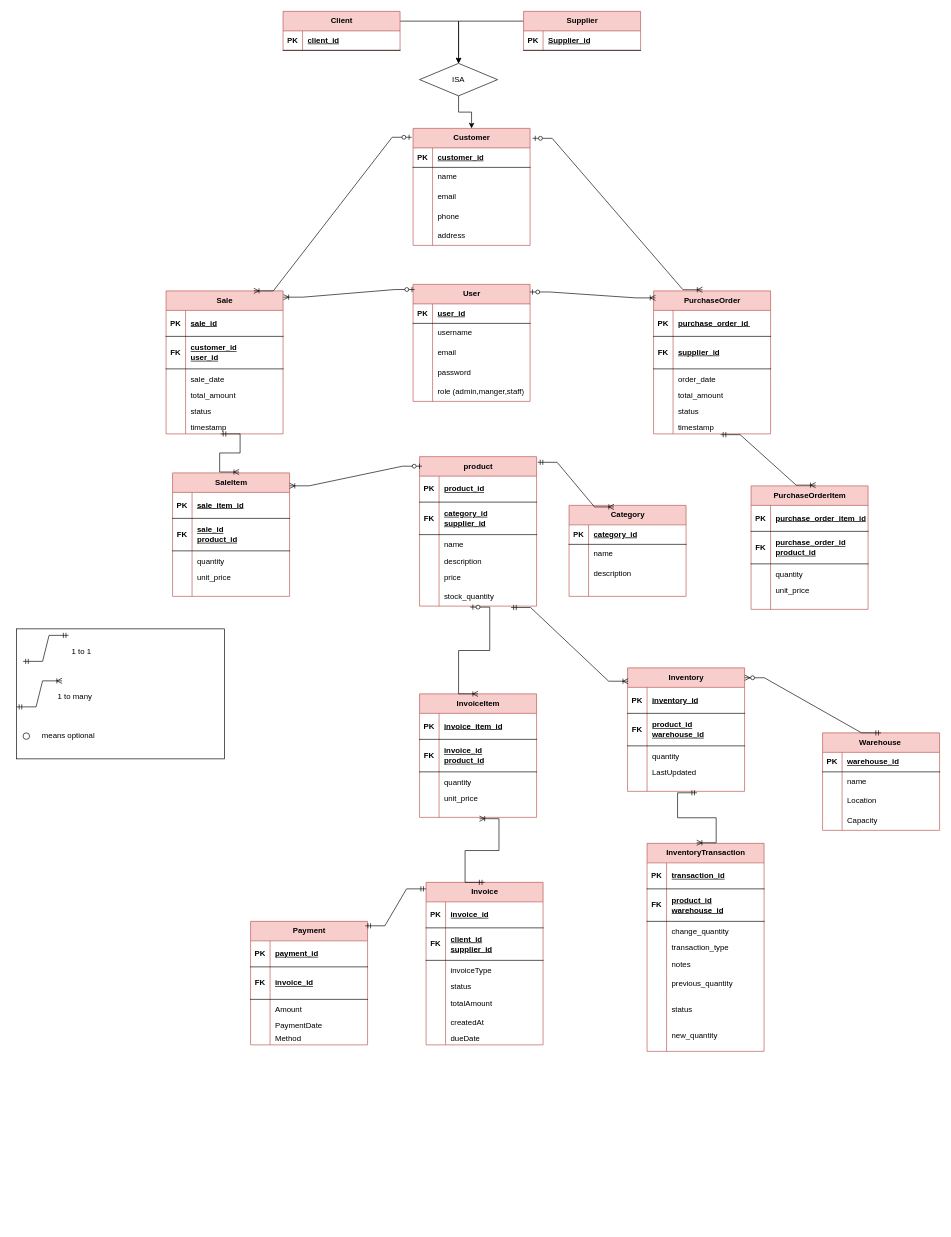
The draw.io diagram ERD/erp_erd.drawio in ERP-System-Project/ERP-System, before the edit. Source tidied: cells renumbered, new cells numbered last; positions are measured from the earlier drawing's top-left corner, leaving out a move shared by most shapes. Both pictures are drawn from the tidied source at 65%, with x=0, y=0 at pixel (-153, 11).
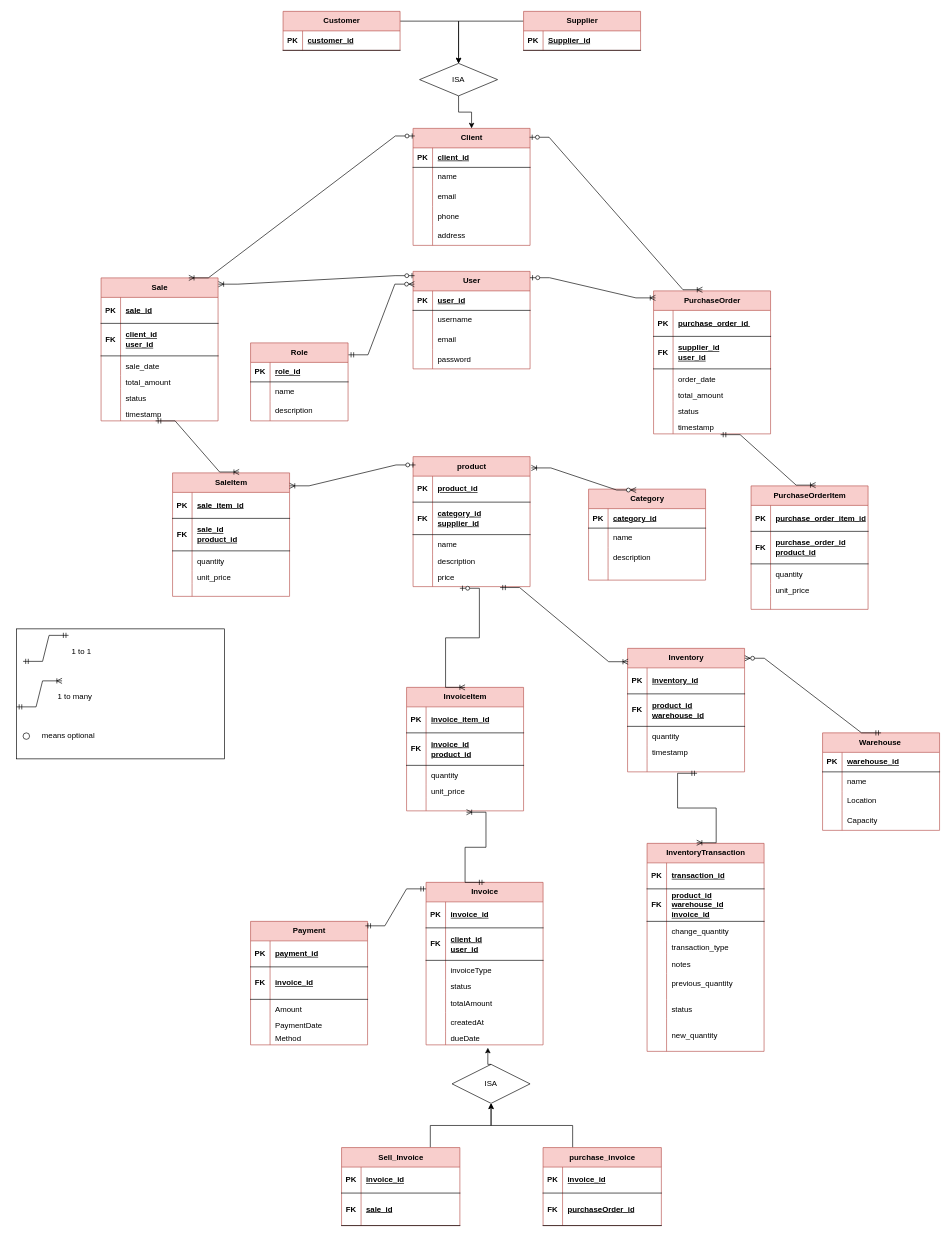
Above is the later version.

Commit message (it also covers changes not shown here):
Improve erd

The change refers to these unchanged cells:
```xml
<mxCell id="31" style="shape=tableRow;horizontal=0;startSize=0;swimlaneHead=0;swimlaneBody=0;fillColor=none;points=[[0,0.5],[1,0.5]];portConstraint=eastwest;top=0;left=0;right=0;bottom=0;" parent="18" vertex="1">
  <mxGeometry y="170" width="180" height="30" as="geometry" />
</mxCell>
<mxCell id="52" style="shape=tableRow;horizontal=0;startSize=0;swimlaneHead=0;swimlaneBody=0;fillColor=none;top=0;left=0;right=0;bottom=1;" parent="51" vertex="1">
  <mxGeometry y="30" width="180" height="30" as="geometry" />
</mxCell>
<mxCell id="55" value="&lt;strong&gt;PurchaseOrder&lt;/strong&gt;" style="shape=table;startSize=30;childLayout=tableLayout;rowLines=0;fontStyle=1;align=center;html=1;fillColor=#f8cecc;strokeColor=#b85450;" parent="1" vertex="1">
  <mxGeometry x="1240" y="430" width="180" height="220" as="geometry" />
</mxCell>
<mxCell id="59" style="shape=tableRow;horizontal=0;startSize=0;swimlaneHead=0;swimlaneBody=0;fillColor=none;top=0;left=0;right=0;bottom=1;" parent="55" vertex="1">
  <mxGeometry y="70" width="180" height="50" as="geometry" />
</mxCell>
<mxCell id="94" style="shape=tableRow;horizontal=0;startSize=0;swimlaneHead=0;swimlaneBody=0;fillColor=none;top=0;left=0;right=0;bottom=1;" parent="90" vertex="1">
  <mxGeometry y="70" width="180" height="50" as="geometry" />
</mxCell>
<mxCell id="129" style="shape=tableRow;horizontal=0;startSize=0;swimlaneHead=0;swimlaneBody=0;fillColor=none;top=0;left=0;right=0;bottom=1;" parent="125" vertex="1">
  <mxGeometry y="70" width="180" height="50" as="geometry" />
</mxCell>
<mxCell id="144" style="shape=tableRow;horizontal=0;startSize=0;swimlaneHead=0;swimlaneBody=0;fillColor=none;points=[[0,0.5],[1,0.5]];portConstraint=eastwest;top=0;left=0;right=0;bottom=0;" parent="125" vertex="1">
  <mxGeometry y="230" width="180" height="20" as="geometry" />
</mxCell>
<mxCell id="164" style="shape=tableRow;horizontal=0;startSize=0;swimlaneHead=0;swimlaneBody=0;fillColor=none;top=0;left=0;right=0;bottom=1;" parent="163" vertex="1">
  <mxGeometry y="30" width="180" height="30" as="geometry" />
</mxCell>
<mxCell id="217" style="shape=tableRow;horizontal=0;startSize=0;swimlaneHead=0;swimlaneBody=0;fillColor=none;top=0;left=0;right=0;bottom=0;" parent="207" vertex="1">
  <mxGeometry y="150" width="180" height="20" as="geometry" />
</mxCell>
<mxCell id="227" style="shape=tableRow;horizontal=0;startSize=0;swimlaneHead=0;swimlaneBody=0;fillColor=none;top=0;left=0;right=0;bottom=1;" parent="223" vertex="1">
  <mxGeometry y="70" width="180" height="50" as="geometry" />
</mxCell>
```

Diff of the diagram source:
```diff
@@
     <mxCell id="2" value="&lt;span&gt;User&lt;/span&gt;" style="shape=table;startSize=30;childLayout=tableLayout;rowLines=0;fontStyle=1;align=center;html=1;fillColor=#f8cecc;strokeColor=#b85450;" parent="1" vertex="1">
-      <mxGeometry x="870" y="420" width="180" height="180" as="geometry" />
+      <mxGeometry x="870" y="400" width="180" height="150" as="geometry" />
     </mxCell>
@@
-    <mxCell id="15" style="shape=tableRow;horizontal=0;startSize=0;swimlaneHead=0;swimlaneBody=0;fillColor=none;top=0;left=0;right=0;bottom=0;" parent="2" vertex="1">
-      <mxGeometry y="150" width="180" height="30" as="geometry" />
-    </mxCell>
-    <mxCell id="16" style="shape=partialRectangle;fillColor=none;top=0;left=0;bottom=0;right=0;overflow=hidden;whiteSpace=wrap;html=1;" parent="15" vertex="1">
-      <mxGeometry width="30" height="30" as="geometry" />
-    </mxCell>
-    <mxCell id="17" value="role (admin,manger,staff)" style="shape=partialRectangle;fillColor=none;top=0;left=0;bottom=0;right=0;align=left;spacingLeft=6;overflow=hidden;whiteSpace=wrap;html=1;" parent="15" vertex="1">
-      <mxGeometry x="30" width="150" height="30" as="geometry" />
-    </mxCell>
     <mxCell id="18" value="product" style="shape=table;startSize=30;childLayout=tableLayout;rowLines=0;fontStyle=1;align=center;html=1;fillColor=#f8cecc;strokeColor=#b85450;" parent="1" vertex="1">
-      <mxGeometry x="880" y="685" width="180" height="230" as="geometry" />
+      <mxGeometry x="870" y="685" width="180" height="200" as="geometry" />
     </mxCell>
@@
-    <mxCell id="34" style="shape=tableRow;horizontal=0;startSize=0;swimlaneHead=0;swimlaneBody=0;fillColor=none;points=[[0,0.5],[1,0.5]];portConstraint=eastwest;top=0;left=0;right=0;bottom=0;" parent="18" vertex="1">
-      <mxGeometry y="200" width="180" height="30" as="geometry" />
-    </mxCell>
-    <mxCell id="35" style="shape=partialRectangle;fillColor=none;top=0;left=0;bottom=0;right=0;overflow=hidden;" parent="34" vertex="1">
-      <mxGeometry width="30" height="30" as="geometry" />
-    </mxCell>
-    <mxCell id="36" value="stock_quantity" style="shape=partialRectangle;fillColor=none;top=0;left=0;bottom=0;right=0;align=left;spacingLeft=6;overflow=hidden;" parent="34" vertex="1">
-      <mxGeometry x="30" width="150" height="30" as="geometry" />
-    </mxCell>
     <mxCell id="37" value="Category" style="shape=table;startSize=30;childLayout=tableLayout;rowLines=0;fontStyle=1;align=center;html=1;fillColor=#f8cecc;strokeColor=#b85450;" parent="1" vertex="1">
-      <mxGeometry x="1110" y="760" width="180" height="140" as="geometry" />
+      <mxGeometry x="1140" y="735" width="180" height="140" as="geometry" />
     </mxCell>
@@
-    <mxCell id="51" value="Client" style="shape=table;startSize=30;childLayout=tableLayout;rowLines=0;fontStyle=1;align=center;html=1;fillColor=#f8cecc;strokeColor=#b85450;" parent="1" vertex="1">
+    <mxCell id="51" value="Customer" style="shape=table;startSize=30;childLayout=tableLayout;rowLines=0;fontStyle=1;align=center;html=1;fillColor=#f8cecc;strokeColor=#b85450;" parent="1" vertex="1">
       <mxGeometry x="670" width="180" height="60" as="geometry" />
     </mxCell>
@@
-    <mxCell id="54" value="client_id" style="shape=partialRectangle;fillColor=none;top=0;left=0;bottom=0;right=0;align=left;spacingLeft=6;fontStyle=5;overflow=hidden;whiteSpace=wrap;html=1;" parent="52" vertex="1">
+    <mxCell id="54" value="customer_id" style="shape=partialRectangle;fillColor=none;top=0;left=0;bottom=0;right=0;align=left;spacingLeft=6;fontStyle=5;overflow=hidden;whiteSpace=wrap;html=1;" parent="52" vertex="1">
       <mxGeometry x="30" width="150" height="30" as="geometry" />
     </mxCell>
@@
-    <mxCell id="61" value="supplier_id" style="shape=partialRectangle;fillColor=none;top=0;left=0;bottom=0;right=0;align=left;spacingLeft=6;fontStyle=5;overflow=hidden;whiteSpace=wrap;html=1;" parent="59" vertex="1">
+    <mxCell id="61" value="supplier_id&lt;div&gt;user_id&lt;/div&gt;" style="shape=partialRectangle;fillColor=none;top=0;left=0;bottom=0;right=0;align=left;spacingLeft=6;fontStyle=5;overflow=hidden;whiteSpace=wrap;html=1;" parent="59" vertex="1">
       <mxGeometry x="30" width="150" height="50" as="geometry" />
     </mxCell>
@@
     <mxCell id="90" value="&lt;strong&gt;Sale&lt;/strong&gt;" style="shape=table;startSize=30;childLayout=tableLayout;rowLines=0;fontStyle=1;align=center;html=1;fillColor=#f8cecc;strokeColor=#b85450;" parent="1" vertex="1">
-      <mxGeometry x="490" y="430" width="180" height="220" as="geometry" />
+      <mxGeometry x="390" y="410" width="180" height="220" as="geometry" />
     </mxCell>
@@
-    <mxCell id="96" value="customer_id&lt;div&gt;user_id&lt;/div&gt;" style="shape=partialRectangle;fillColor=none;top=0;left=0;bottom=0;right=0;align=left;spacingLeft=6;fontStyle=5;overflow=hidden;whiteSpace=wrap;html=1;" parent="94" vertex="1">
+    <mxCell id="96" value="client_id&lt;div&gt;user_id&lt;/div&gt;" style="shape=partialRectangle;fillColor=none;top=0;left=0;bottom=0;right=0;align=left;spacingLeft=6;fontStyle=5;overflow=hidden;whiteSpace=wrap;html=1;" parent="94" vertex="1">
       <mxGeometry x="30" width="150" height="50" as="geometry" />
     </mxCell>
@@
-    <mxCell id="131" value="client_id&lt;div&gt;supplier_id&lt;/div&gt;" style="shape=partialRectangle;fillColor=none;top=0;left=0;bottom=0;right=0;align=left;spacingLeft=6;fontStyle=5;overflow=hidden;whiteSpace=wrap;html=1;" parent="129" vertex="1">
+    <mxCell id="131" value="client_id&lt;div&gt;user_id&lt;/div&gt;" style="shape=partialRectangle;fillColor=none;top=0;left=0;bottom=0;right=0;align=left;spacingLeft=6;fontStyle=5;overflow=hidden;whiteSpace=wrap;html=1;" parent="129" vertex="1">
       <mxGeometry x="30" width="150" height="50" as="geometry" />
     </mxCell>
@@
     <mxCell id="147" value="&lt;strong&gt;InvoiceItem&lt;/strong&gt;" style="shape=table;startSize=30;childLayout=tableLayout;rowLines=0;fontStyle=1;align=center;html=1;fillColor=#f8cecc;strokeColor=#b85450;" parent="1" vertex="1">
-      <mxGeometry x="880" y="1050" width="180" height="190" as="geometry" />
+      <mxGeometry x="860" y="1040" width="180" height="190" as="geometry" />
     </mxCell>
@@
-    <mxCell id="163" value="Customer" style="shape=table;startSize=30;childLayout=tableLayout;rowLines=0;fontStyle=1;align=center;html=1;fillColor=#f8cecc;strokeColor=#b85450;" parent="1" vertex="1">
+    <mxCell id="163" value="Client" style="shape=table;startSize=30;childLayout=tableLayout;rowLines=0;fontStyle=1;align=center;html=1;fillColor=#f8cecc;strokeColor=#b85450;" parent="1" vertex="1">
       <mxGeometry x="870" y="180" width="180" height="180" as="geometry" />
     </mxCell>
@@
-    <mxCell id="166" value="customer_id" style="shape=partialRectangle;fillColor=none;top=0;left=0;bottom=0;right=0;align=left;spacingLeft=6;fontStyle=5;overflow=hidden;whiteSpace=wrap;html=1;" parent="164" vertex="1">
+    <mxCell id="166" value="client_id" style="shape=partialRectangle;fillColor=none;top=0;left=0;bottom=0;right=0;align=left;spacingLeft=6;fontStyle=5;overflow=hidden;whiteSpace=wrap;html=1;" parent="164" vertex="1">
       <mxGeometry x="30" width="150" height="30" as="geometry" />
     </mxCell>
@@
-    <mxCell id="188" style="edgeStyle=entityRelationEdgeStyle;fontSize=12;html=1;endArrow=ERoneToMany;startArrow=ERmandOne;rounded=0;exitX=1.009;exitY=0.038;exitDx=0;exitDy=0;exitPerimeter=0;entryX=0.384;entryY=0.017;entryDx=0;entryDy=0;entryPerimeter=0;" parent="1" edge="1" source="18" target="37">
-      <mxGeometry relative="1" as="geometry">
-        <Array as="points">
-          <mxPoint x="1080" y="690" />
-        </Array>
-      </mxGeometry>
-    </mxCell>
@@
-    <mxCell id="191" style="edgeStyle=entityRelationEdgeStyle;fontSize=12;html=1;endArrow=ERoneToMany;startArrow=ERzeroToOne;rounded=0;exitX=-0.012;exitY=0.076;exitDx=0;exitDy=0;exitPerimeter=0;entryX=0.75;entryY=0;entryDx=0;entryDy=0;" parent="1" edge="1" source="163" target="90">
+    <mxCell id="191" style="edgeStyle=entityRelationEdgeStyle;fontSize=12;html=1;endArrow=ERoneToMany;startArrow=ERzeroToOne;rounded=0;exitX=0.015;exitY=0.065;exitDx=0;exitDy=0;exitPerimeter=0;entryX=0.75;entryY=0;entryDx=0;entryDy=0;" parent="1" edge="1" source="163" target="90">
       <mxGeometry relative="1" as="geometry" />
     </mxCell>
-    <mxCell id="192" style="edgeStyle=entityRelationEdgeStyle;fontSize=12;html=1;endArrow=ERoneToMany;startArrow=ERzeroToOne;rounded=0;exitX=1.022;exitY=0.085;exitDx=0;exitDy=0;exitPerimeter=0;entryX=0.418;entryY=-0.008;entryDx=0;entryDy=0;entryPerimeter=0;" parent="1" edge="1" source="163" target="55">
+    <mxCell id="192" style="edgeStyle=entityRelationEdgeStyle;fontSize=12;html=1;endArrow=ERoneToMany;startArrow=ERzeroToOne;rounded=0;exitX=0.996;exitY=0.076;exitDx=0;exitDy=0;exitPerimeter=0;entryX=0.418;entryY=-0.008;entryDx=0;entryDy=0;entryPerimeter=0;" parent="1" edge="1" source="163" target="55">
       <mxGeometry relative="1" as="geometry" />
     </mxCell>
-    <mxCell id="193" style="edgeStyle=entityRelationEdgeStyle;fontSize=12;html=1;endArrow=ERoneToMany;startArrow=ERzeroToOne;rounded=0;exitX=0.433;exitY=1.052;exitDx=0;exitDy=0;exitPerimeter=0;entryX=0.5;entryY=0;entryDx=0;entryDy=0;" parent="1" edge="1" source="34" target="147">
+    <mxCell id="193" style="edgeStyle=entityRelationEdgeStyle;fontSize=12;html=1;endArrow=ERoneToMany;startArrow=ERzeroToOne;rounded=0;exitX=0.4;exitY=1.084;exitDx=0;exitDy=0;exitPerimeter=0;entryX=0.5;entryY=0;entryDx=0;entryDy=0;" parent="1" edge="1" source="31" target="147">
       <mxGeometry relative="1" as="geometry" />
     </mxCell>
@@
     <mxCell id="207" value="&lt;div&gt;Inventory&lt;/div&gt;" style="shape=table;startSize=30;childLayout=tableLayout;rowLines=0;fontStyle=1;align=center;html=1;fillColor=#f8cecc;strokeColor=#b85450;" parent="1" vertex="1">
-      <mxGeometry x="1200" y="1010" width="180" height="190" as="geometry" />
+      <mxGeometry x="1200" y="980" width="180" height="190" as="geometry" />
     </mxCell>
@@
-    <mxCell id="219" value="LastUpdated" style="shape=partialRectangle;fillColor=none;top=0;left=0;bottom=0;right=0;align=left;spacingLeft=6;overflow=hidden;" parent="217" vertex="1">
+    <mxCell id="219" value="timestamp" style="shape=partialRectangle;fillColor=none;top=0;left=0;bottom=0;right=0;align=left;spacingLeft=6;overflow=hidden;" parent="217" vertex="1">
       <mxGeometry x="30" width="150" height="20" as="geometry" />
     </mxCell>
@@
-    <mxCell id="229" value="product_id&lt;div&gt;warehouse_id&lt;/div&gt;" style="shape=partialRectangle;fillColor=none;top=0;left=0;bottom=0;right=0;align=left;spacingLeft=6;fontStyle=5;overflow=hidden;whiteSpace=wrap;html=1;" parent="227" vertex="1">
+    <mxCell id="229" value="product_id&lt;div&gt;warehouse_id&lt;/div&gt;&lt;div&gt;invoice_id&lt;/div&gt;" style="shape=partialRectangle;fillColor=none;top=0;left=0;bottom=0;right=0;align=left;spacingLeft=6;fontStyle=5;overflow=hidden;whiteSpace=wrap;html=1;" parent="227" vertex="1">
       <mxGeometry x="30" width="150" height="50" as="geometry" />
     </mxCell>
@@
-    <mxCell id="249" style="edgeStyle=entityRelationEdgeStyle;fontSize=12;html=1;endArrow=ERoneToMany;startArrow=ERmandOne;rounded=0;exitX=0.782;exitY=1.072;exitDx=0;exitDy=0;exitPerimeter=0;entryX=0.005;entryY=0.108;entryDx=0;entryDy=0;entryPerimeter=0;" parent="1" edge="1" source="34" target="207">
+    <mxCell id="249" style="edgeStyle=entityRelationEdgeStyle;fontSize=12;html=1;endArrow=ERoneToMany;startArrow=ERmandOne;rounded=0;exitX=0.744;exitY=1.047;exitDx=0;exitDy=0;exitPerimeter=0;entryX=0.005;entryY=0.108;entryDx=0;entryDy=0;entryPerimeter=0;" parent="1" edge="1" source="31" target="207">
       <mxGeometry relative="1" as="geometry" />
     </mxCell>
@@
+    <mxCell id="281" style="edgeStyle=orthogonalEdgeStyle;rounded=0;jettySize=auto;html=1;exitX=0.75;exitY=0;exitDx=0;exitDy=0;" parent="1" edge="1" source="282" target="289">
+      <mxGeometry relative="1" as="geometry" />
+    </mxCell>
+    <mxCell id="282" value="Sell_Invoice" style="shape=table;startSize=30;childLayout=tableLayout;rowLines=0;fontStyle=1;align=center;html=1;fillColor=#f8cecc;strokeColor=#b85450;" parent="1" vertex="1">
+      <mxGeometry x="760" y="1748" width="182" height="120" as="geometry" />
+    </mxCell>
+    <mxCell id="283" style="shape=tableRow;horizontal=0;startSize=0;swimlaneHead=0;swimlaneBody=0;fillColor=none;top=0;left=0;right=0;bottom=1;" parent="282" vertex="1">
+      <mxGeometry y="30" width="182" height="40" as="geometry" />
+    </mxCell>
+    <mxCell id="284" value="PK" style="shape=partialRectangle;fillColor=none;top=0;left=0;bottom=0;right=0;fontStyle=1;overflow=hidden;whiteSpace=wrap;html=1;" parent="283" vertex="1">
+      <mxGeometry width="30" height="40" as="geometry" />
+    </mxCell>
+    <mxCell id="285" value="invoice_id" style="shape=partialRectangle;fillColor=none;top=0;left=0;bottom=0;right=0;align=left;spacingLeft=6;fontStyle=5;overflow=hidden;whiteSpace=wrap;html=1;" parent="283" vertex="1">
+      <mxGeometry x="30" width="152" height="40" as="geometry" />
+    </mxCell>
+    <mxCell id="286" style="shape=tableRow;horizontal=0;startSize=0;swimlaneHead=0;swimlaneBody=0;fillColor=none;top=0;left=0;right=0;bottom=1;" parent="282" vertex="1">
+      <mxGeometry y="70" width="182" height="50" as="geometry" />
+    </mxCell>
+    <mxCell id="287" value="FK" style="shape=partialRectangle;fillColor=none;top=0;left=0;bottom=0;right=0;fontStyle=1;overflow=hidden;whiteSpace=wrap;html=1;" parent="286" vertex="1">
+      <mxGeometry width="30" height="50" as="geometry" />
+    </mxCell>
+    <mxCell id="288" value="&lt;div&gt;&lt;span style=&quot;background-color: transparent; color: light-dark(rgb(0, 0, 0), rgb(255, 255, 255));&quot;&gt;sale_id&lt;/span&gt;&lt;/div&gt;" style="shape=partialRectangle;fillColor=none;top=0;left=0;bottom=0;right=0;align=left;spacingLeft=6;fontStyle=5;overflow=hidden;whiteSpace=wrap;html=1;" parent="286" vertex="1">
+      <mxGeometry x="30" width="152" height="50" as="geometry" />
+    </mxCell>
+    <mxCell id="289" value="ISA" style="shape=rhombus;perimeter=rhombusPerimeter;whiteSpace=wrap;html=1;align=center;" parent="1" vertex="1">
+      <mxGeometry x="930" y="1620" width="120" height="60" as="geometry" />
+    </mxCell>
+    <mxCell id="290" style="edgeStyle=orthogonalEdgeStyle;rounded=0;jettySize=auto;html=1;exitX=0.5;exitY=0;exitDx=0;exitDy=0;entryX=0.528;entryY=1.22;entryDx=0;entryDy=0;entryPerimeter=0;" parent="1" edge="1" source="289" target="144">
+      <mxGeometry relative="1" as="geometry" />
+    </mxCell>
+    <mxCell id="291" style="edgeStyle=entityRelationEdgeStyle;fontSize=12;html=1;endArrow=ERoneToMany;startArrow=ERzeroToMany;rounded=0;entryX=1.011;entryY=0.087;entryDx=0;entryDy=0;entryPerimeter=0;exitX=0.407;exitY=0.01;exitDx=0;exitDy=0;exitPerimeter=0;" parent="1" edge="1" source="37" target="18">
+      <mxGeometry relative="1" as="geometry" />
+    </mxCell>
+    <mxCell id="292" value="Role" style="shape=table;startSize=30;childLayout=tableLayout;rowLines=0;fontStyle=1;align=center;html=1;fillColor=#f8cecc;strokeColor=#b85450;" parent="1" vertex="1">
+      <mxGeometry x="620" y="510" width="150" height="120" as="geometry" />
+    </mxCell>
+    <mxCell id="293" style="shape=tableRow;horizontal=0;startSize=0;swimlaneHead=0;swimlaneBody=0;fillColor=none;top=0;left=0;right=0;bottom=1;" parent="292" vertex="1">
+      <mxGeometry y="30" width="150" height="30" as="geometry" />
+    </mxCell>
+    <mxCell id="294" value="PK" style="shape=partialRectangle;fillColor=none;top=0;left=0;bottom=0;right=0;fontStyle=1;overflow=hidden;whiteSpace=wrap;html=1;" parent="293" vertex="1">
+      <mxGeometry width="30" height="30" as="geometry" />
+    </mxCell>
+    <mxCell id="295" value="role_id" style="shape=partialRectangle;fillColor=none;top=0;left=0;bottom=0;right=0;align=left;spacingLeft=6;fontStyle=5;overflow=hidden;whiteSpace=wrap;html=1;" parent="293" vertex="1">
+      <mxGeometry x="30" width="120" height="30" as="geometry" />
+    </mxCell>
+    <mxCell id="296" style="shape=tableRow;horizontal=0;startSize=0;swimlaneHead=0;swimlaneBody=0;fillColor=none;top=0;left=0;right=0;bottom=0;" parent="292" vertex="1">
+      <mxGeometry y="60" width="150" height="30" as="geometry" />
+    </mxCell>
+    <mxCell id="297" style="shape=partialRectangle;fillColor=none;top=0;left=0;bottom=0;right=0;overflow=hidden;whiteSpace=wrap;html=1;" parent="296" vertex="1">
+      <mxGeometry width="30" height="30" as="geometry" />
+    </mxCell>
+    <mxCell id="298" value="name" style="shape=partialRectangle;fillColor=none;top=0;left=0;bottom=0;right=0;align=left;spacingLeft=6;overflow=hidden;whiteSpace=wrap;html=1;" parent="296" vertex="1">
+      <mxGeometry x="30" width="120" height="30" as="geometry" />
+    </mxCell>
+    <mxCell id="299" style="shape=tableRow;horizontal=0;startSize=0;swimlaneHead=0;swimlaneBody=0;fillColor=none;top=0;left=0;right=0;bottom=0;" parent="292" vertex="1">
+      <mxGeometry y="90" width="150" height="30" as="geometry" />
+    </mxCell>
+    <mxCell id="300" style="shape=partialRectangle;fillColor=none;top=0;left=0;bottom=0;right=0;overflow=hidden;whiteSpace=wrap;html=1;" parent="299" vertex="1">
+      <mxGeometry width="30" height="30" as="geometry" />
+    </mxCell>
+    <mxCell id="301" value="description" style="shape=partialRectangle;fillColor=none;top=0;left=0;bottom=0;right=0;align=left;spacingLeft=6;overflow=hidden;whiteSpace=wrap;html=1;" parent="299" vertex="1">
+      <mxGeometry x="30" width="120" height="30" as="geometry" />
+    </mxCell>
+    <mxCell id="302" style="edgeStyle=entityRelationEdgeStyle;fontSize=12;html=1;endArrow=ERzeroToMany;startArrow=ERmandOne;rounded=0;exitX=1.004;exitY=0.153;exitDx=0;exitDy=0;exitPerimeter=0;entryX=0.011;entryY=0.131;entryDx=0;entryDy=0;entryPerimeter=0;" parent="1" edge="1" source="292" target="2">
+      <mxGeometry relative="1" as="geometry">
+        <Array as="points">
+          <mxPoint x="810" y="500" />
+        </Array>
+      </mxGeometry>
+    </mxCell>
+    <mxCell id="303" style="edgeStyle=orthogonalEdgeStyle;rounded=0;jettySize=auto;html=1;exitX=0.25;exitY=0;exitDx=0;exitDy=0;entryX=0.5;entryY=1;entryDx=0;entryDy=0;" parent="1" edge="1" source="304" target="289">
+      <mxGeometry relative="1" as="geometry" />
+    </mxCell>
+    <mxCell id="304" value="purchase_invoice" style="shape=table;startSize=30;childLayout=tableLayout;rowLines=0;fontStyle=1;align=center;html=1;fillColor=#f8cecc;strokeColor=#b85450;" parent="1" vertex="1">
+      <mxGeometry x="1070" y="1748" width="182" height="120" as="geometry" />
+    </mxCell>
+    <mxCell id="305" style="shape=tableRow;horizontal=0;startSize=0;swimlaneHead=0;swimlaneBody=0;fillColor=none;top=0;left=0;right=0;bottom=1;" parent="304" vertex="1">
+      <mxGeometry y="30" width="182" height="40" as="geometry" />
+    </mxCell>
+    <mxCell id="306" value="PK" style="shape=partialRectangle;fillColor=none;top=0;left=0;bottom=0;right=0;fontStyle=1;overflow=hidden;whiteSpace=wrap;html=1;" parent="305" vertex="1">
+      <mxGeometry width="30" height="40" as="geometry" />
+    </mxCell>
+    <mxCell id="307" value="invoice_id" style="shape=partialRectangle;fillColor=none;top=0;left=0;bottom=0;right=0;align=left;spacingLeft=6;fontStyle=5;overflow=hidden;whiteSpace=wrap;html=1;" parent="305" vertex="1">
+      <mxGeometry x="30" width="152" height="40" as="geometry" />
+    </mxCell>
+    <mxCell id="308" style="shape=tableRow;horizontal=0;startSize=0;swimlaneHead=0;swimlaneBody=0;fillColor=none;top=0;left=0;right=0;bottom=1;" parent="304" vertex="1">
+      <mxGeometry y="70" width="182" height="50" as="geometry" />
+    </mxCell>
+    <mxCell id="309" value="FK" style="shape=partialRectangle;fillColor=none;top=0;left=0;bottom=0;right=0;fontStyle=1;overflow=hidden;whiteSpace=wrap;html=1;" parent="308" vertex="1">
+      <mxGeometry width="30" height="50" as="geometry" />
+    </mxCell>
+    <mxCell id="310" value="&lt;div&gt;&lt;span style=&quot;background-color: transparent; color: light-dark(rgb(0, 0, 0), rgb(255, 255, 255));&quot;&gt;purchaseOrder_id&lt;/span&gt;&lt;/div&gt;" style="shape=partialRectangle;fillColor=none;top=0;left=0;bottom=0;right=0;align=left;spacingLeft=6;fontStyle=5;overflow=hidden;whiteSpace=wrap;html=1;" parent="308" vertex="1">
+      <mxGeometry x="30" width="152" height="50" as="geometry" />
+    </mxCell>
```
